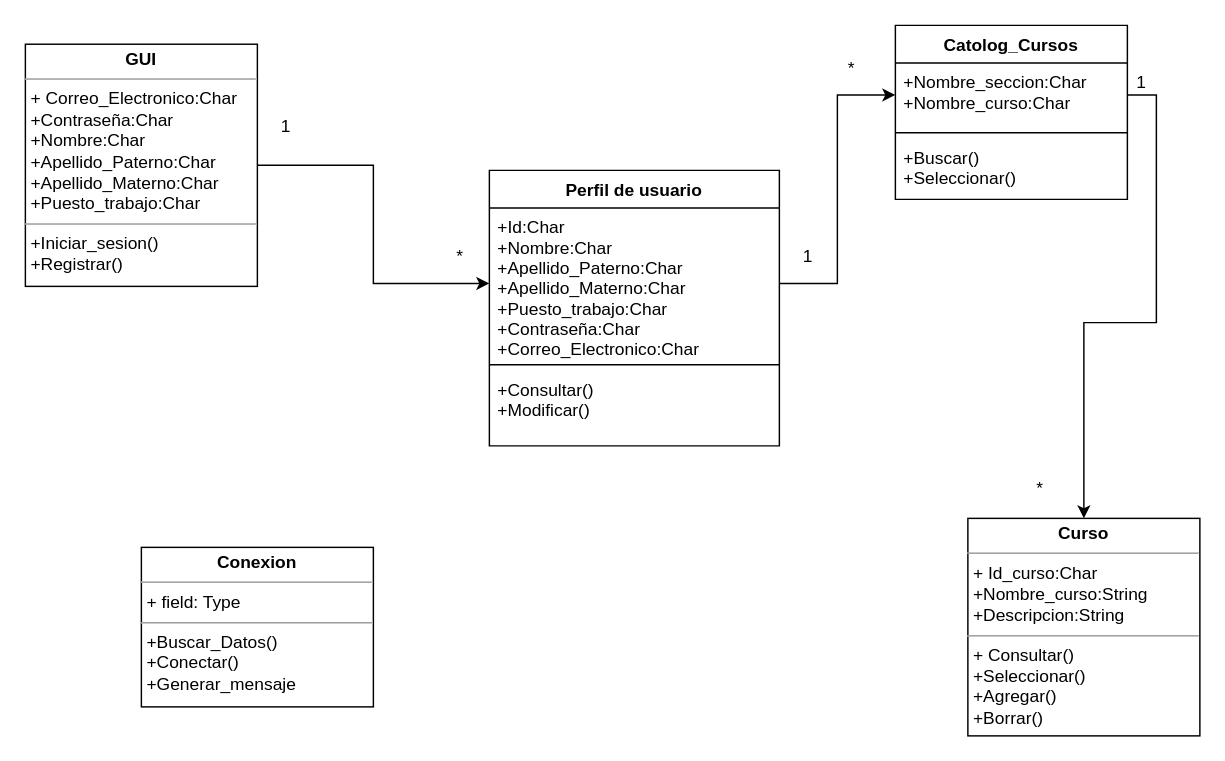
The draw.io diagram Documents U1/diagrams/diagrama_de_clases.drawio in DianaHFer/Analisis-avanzado-de-software, before the edit. Source tidied: cells renumbered, new cells numbered last; positions are measured from the earlier drawing's top-left corner, leaving out a move shared by most shapes. Both pictures are drawn from the tidied source at 145%, with x=0, y=0 at pixel (25, 25).
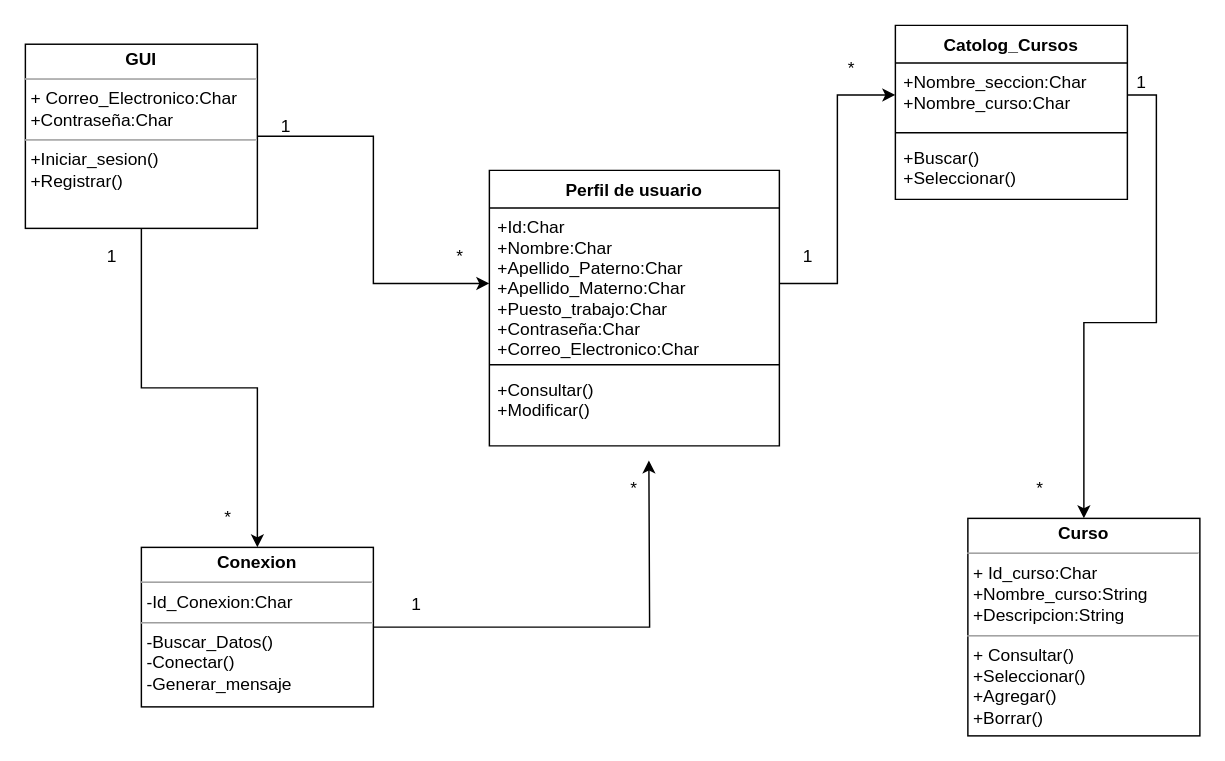
Above is the later version.

Diff of the diagram source:
```diff
@@
+    <mxCell id="22" style="edgeStyle=orthogonalEdgeStyle;rounded=0;jettySize=auto;html=1;entryX=0.5;entryY=0;entryDx=0;entryDy=0;" parent="1" edge="1" source="18" target="21">
+      <mxGeometry relative="1" as="geometry" />
+    </mxCell>
-    <mxCell id="18" value="&lt;p style=&quot;margin: 0px ; margin-top: 4px ; text-align: center&quot;&gt;&lt;b&gt;GUI&lt;/b&gt;&lt;/p&gt;&lt;hr size=&quot;1&quot;&gt;&lt;p style=&quot;margin: 0px ; margin-left: 4px&quot;&gt;+ Correo_Electronico:Char&lt;/p&gt;&lt;p style=&quot;margin: 0px ; margin-left: 4px&quot;&gt;+Contraseña:Char&lt;/p&gt;&lt;p style=&quot;margin: 0px ; margin-left: 4px&quot;&gt;+Nombre:Char&lt;br style=&quot;padding: 0px ; margin: 0px&quot;&gt;+Apellido_Paterno:Char&lt;br style=&quot;padding: 0px ; margin: 0px&quot;&gt;+Apellido_Materno:Char&lt;br style=&quot;padding: 0px ; margin: 0px&quot;&gt;+Puesto_trabajo:Char&lt;br&gt;&lt;/p&gt;&lt;hr size=&quot;1&quot;&gt;&lt;p style=&quot;margin: 0px ; margin-left: 4px&quot;&gt;+Iniciar_sesion()&lt;/p&gt;&lt;p style=&quot;margin: 0px ; margin-left: 4px&quot;&gt;+Registrar()&lt;/p&gt;" style="verticalAlign=top;align=left;overflow=fill;fontSize=12;fontFamily=Helvetica;html=1;" parent="1" vertex="1">
-      <mxGeometry y="13" width="160" height="167" as="geometry" />
+    <mxCell id="18" value="&lt;p style=&quot;margin: 0px ; margin-top: 4px ; text-align: center&quot;&gt;&lt;b&gt;GUI&lt;/b&gt;&lt;/p&gt;&lt;hr size=&quot;1&quot;&gt;&lt;p style=&quot;margin: 0px ; margin-left: 4px&quot;&gt;&lt;span&gt;+ Correo_Electronico:Char&lt;/span&gt;&lt;br&gt;&lt;/p&gt;&lt;p style=&quot;margin: 0px ; margin-left: 4px&quot;&gt;+Contraseña:Char&lt;/p&gt;&lt;hr size=&quot;1&quot;&gt;&lt;p style=&quot;margin: 0px ; margin-left: 4px&quot;&gt;+Iniciar_sesion()&lt;/p&gt;&lt;p style=&quot;margin: 0px ; margin-left: 4px&quot;&gt;+Registrar()&lt;/p&gt;" style="verticalAlign=top;align=left;overflow=fill;fontSize=12;fontFamily=Helvetica;html=1;" parent="1" vertex="1">
+      <mxGeometry y="13" width="160" height="127" as="geometry" />
     </mxCell>
@@
+    <mxCell id="23" style="edgeStyle=orthogonalEdgeStyle;rounded=0;jettySize=auto;html=1;" parent="1" edge="1" source="21">
+      <mxGeometry relative="1" as="geometry">
+        <mxPoint x="430" y="300" as="targetPoint" />
+      </mxGeometry>
+    </mxCell>
-    <mxCell id="21" value="&lt;p style=&quot;margin: 0px ; margin-top: 4px ; text-align: center&quot;&gt;&lt;b&gt;Conexion&lt;/b&gt;&lt;/p&gt;&lt;hr size=&quot;1&quot;&gt;&lt;p style=&quot;margin: 0px ; margin-left: 4px&quot;&gt;+ field: Type&lt;/p&gt;&lt;hr size=&quot;1&quot;&gt;&lt;p style=&quot;margin: 0px ; margin-left: 4px&quot;&gt;+Buscar_Datos()&lt;/p&gt;&lt;p style=&quot;margin: 0px ; margin-left: 4px&quot;&gt;+Conectar()&lt;/p&gt;&lt;p style=&quot;margin: 0px ; margin-left: 4px&quot;&gt;+Generar_mensaje&lt;/p&gt;" style="verticalAlign=top;align=left;overflow=fill;fontSize=12;fontFamily=Helvetica;html=1;" parent="1" vertex="1">
+    <mxCell id="21" value="&lt;p style=&quot;margin: 0px ; margin-top: 4px ; text-align: center&quot;&gt;&lt;b&gt;Conexion&lt;/b&gt;&lt;/p&gt;&lt;hr size=&quot;1&quot;&gt;&lt;p style=&quot;margin: 0px ; margin-left: 4px&quot;&gt;-Id_Conexion:Char&lt;/p&gt;&lt;hr size=&quot;1&quot;&gt;&lt;p style=&quot;margin: 0px ; margin-left: 4px&quot;&gt;-Buscar_Datos()&lt;/p&gt;&lt;p style=&quot;margin: 0px ; margin-left: 4px&quot;&gt;-Conectar()&lt;/p&gt;&lt;p style=&quot;margin: 0px ; margin-left: 4px&quot;&gt;-Generar_mensaje&lt;/p&gt;" style="verticalAlign=top;align=left;overflow=fill;fontSize=12;fontFamily=Helvetica;html=1;" parent="1" vertex="1">
       <mxGeometry x="80" y="360" width="160" height="110" as="geometry" />
     </mxCell>
+    <mxCell id="24" value="1" style="text;html=1;strokeColor=none;fillColor=none;align=center;verticalAlign=middle;whiteSpace=wrap;rounded=0;" parent="1" vertex="1">
+      <mxGeometry x="40" y="150" width="40" height="20" as="geometry" />
+    </mxCell>
+    <mxCell id="25" value="*" style="text;html=1;strokeColor=none;fillColor=none;align=center;verticalAlign=middle;whiteSpace=wrap;rounded=0;" parent="1" vertex="1">
+      <mxGeometry x="120" y="330" width="40" height="20" as="geometry" />
+    </mxCell>
+    <mxCell id="26" value="1" style="text;html=1;strokeColor=none;fillColor=none;align=center;verticalAlign=middle;whiteSpace=wrap;rounded=0;" parent="1" vertex="1">
+      <mxGeometry x="250" y="390" width="40" height="20" as="geometry" />
+    </mxCell>
+    <mxCell id="27" value="*" style="text;html=1;strokeColor=none;fillColor=none;align=center;verticalAlign=middle;whiteSpace=wrap;rounded=0;" parent="1" vertex="1">
+      <mxGeometry x="400" y="310" width="40" height="20" as="geometry" />
+    </mxCell>
```
